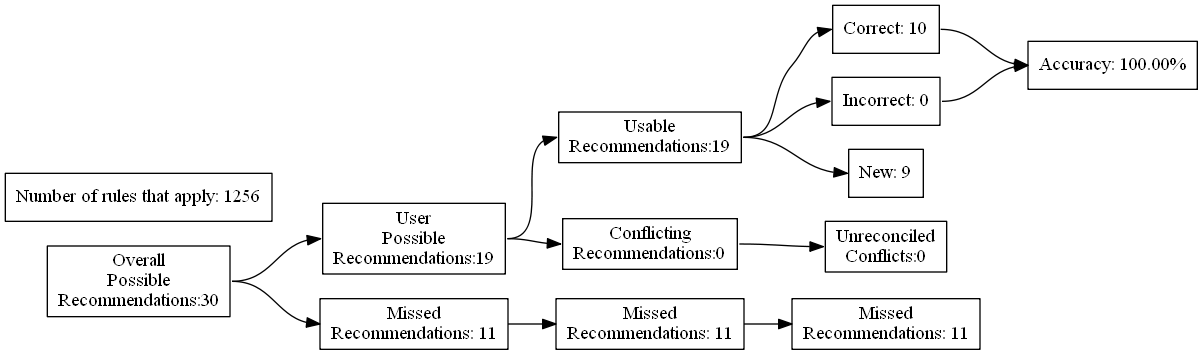
Above: test_renders/18.gv.png in ZaxR/ibd_diet_analysis (Graphviz), before the change. Its source is kept beside it as test_renders/18.gv.
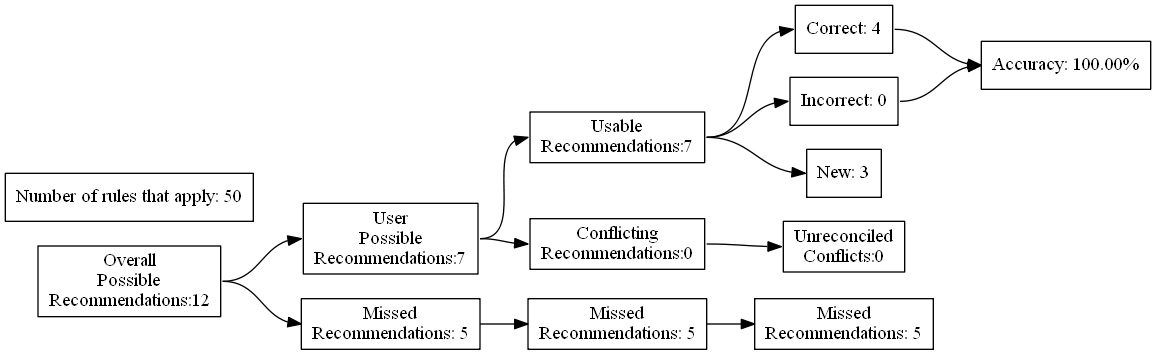
Above is the later version.

What changed in the source:
```diff
@@ -4,27 +4,27 @@
 	edge [headport=w tailport=e]
 		A [label="Overall
 Possible
-Recommendations:30"]
+Recommendations:12"]
 		B [label="User
 Possible
-Recommendations:19"]
+Recommendations:7"]
 		C [label="Missed
-Recommendations: 11"]
+Recommendations: 5"]
 		D [label="Usable
-Recommendations:19"]
+Recommendations:7"]
 		E [label="Conflicting
 Recommendations:0"]
 		J [label="Missed
-Recommendations: 11"]
+Recommendations: 5"]
 		M [label="Unreconciled
 Conflicts:0"]
-		F [label="Correct: 10"]
+		F [label="Correct: 4"]
 		G [label="Incorrect: 0"]
-		H [label="New: 9"]
+		H [label="New: 3"]
 		K [label="Missed
-Recommendations: 11"]
+Recommendations: 5"]
 		I [label="Accuracy: 100.00%"]
-		l [label="Number of rules that apply: 1256"]
+		l [label="Number of rules that apply: 50"]
 			A -> B
 			A -> C
 			B -> D
```
